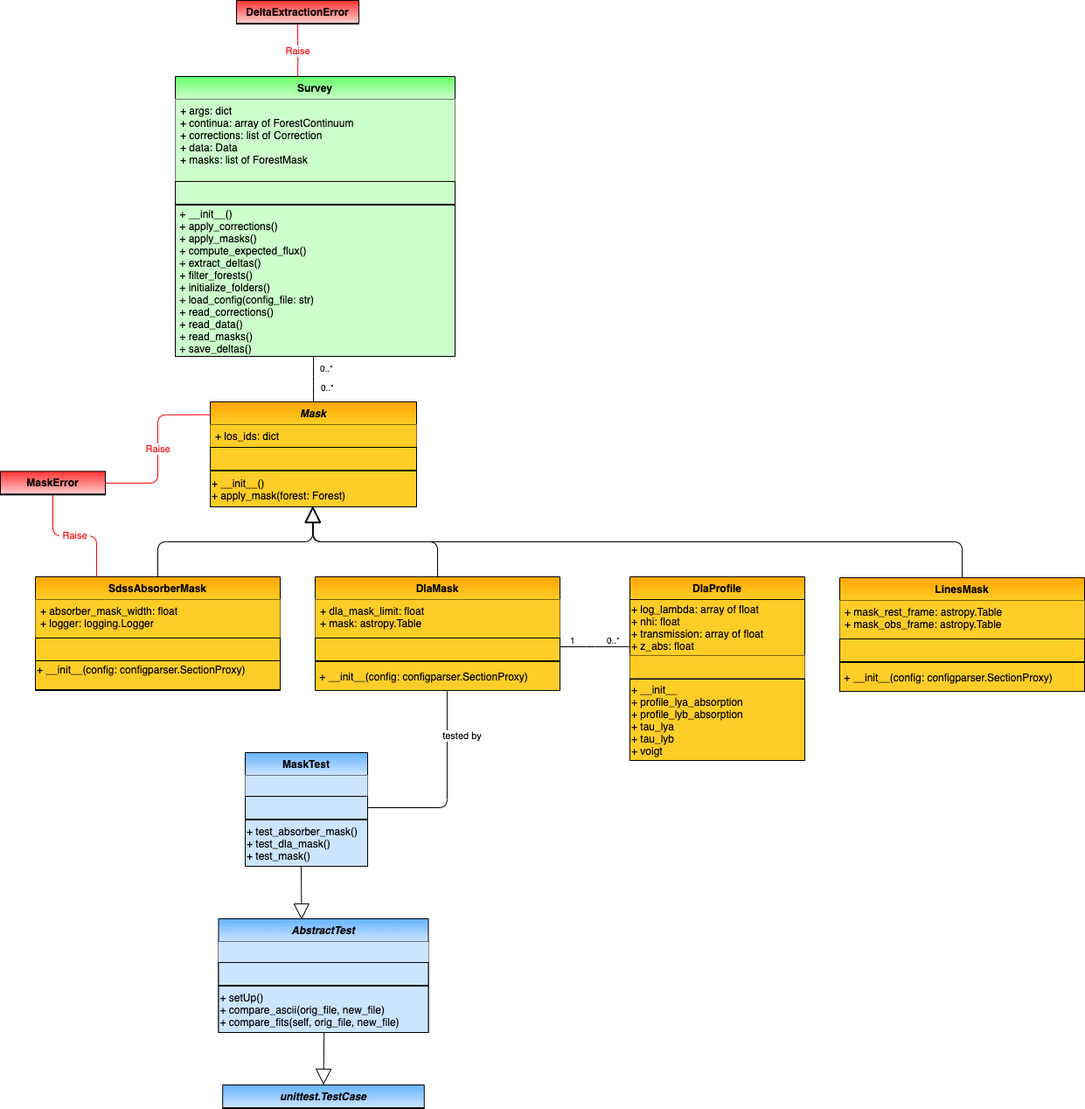
This is docs/delta_extraction/data_model/data_model-Mask.png from igmhub/picca, a draw.io export, as it was before one commit. Source tidied: cells renumbered, new cells last; positions are measured from the earlier drawing's top-left corner, leaving out a move shared by most shapes.
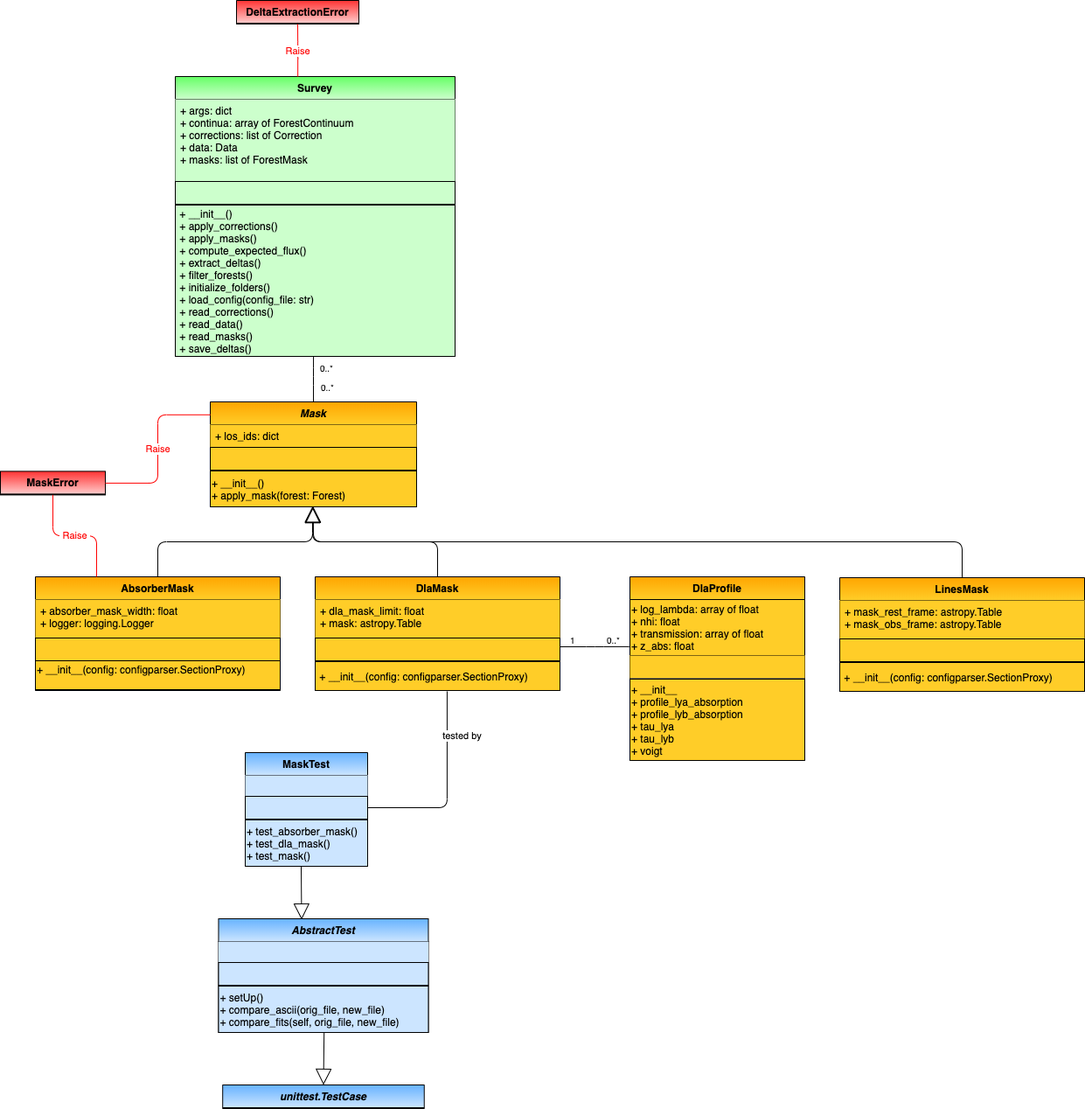
The same file after the commit.

Commit message:
modified sdss_absorber_mask to also work with linear binning

Diff of the diagram source:
```diff
@@ -81,7 +81,7 @@
     <mxCell id="21" value="+ __init__()&#10;+ apply_mask(forest: Forest)" style="text;strokeColor=#000000;fillColor=#ffcd28;align=left;verticalAlign=middle;overflow=hidden;points=[[0,0.5],[1,0.5]];portConstraint=eastwest;rounded=0;shadow=0;glass=0;comic=0;fontStyle=0;gradientColor=none;swimlaneFillColor=#ffffff;gradientDirection=north;startSize=26;" parent="17" vertex="1">
       <mxGeometry y="79" width="236" height="41" as="geometry" />
     </mxCell>
-    <mxCell id="22" value="SdssAbsorberMask" style="swimlane;fontStyle=1;horizontal=1;startSize=26;fillColor=#ffcd28;swimlaneFillColor=#ffffff;rounded=0;shadow=0;glass=0;comic=0;strokeColor=#000000;gradientColor=#ffa500;swimlaneLine=1;gradientDirection=north;" parent="1" vertex="1">
+    <mxCell id="22" value="AbsorberMask" style="swimlane;fontStyle=1;horizontal=1;startSize=26;fillColor=#ffcd28;swimlaneFillColor=#ffffff;rounded=0;shadow=0;glass=0;comic=0;strokeColor=#000000;gradientColor=#ffa500;swimlaneLine=1;gradientDirection=north;" parent="1" vertex="1">
       <mxGeometry x="40" y="659" width="280" height="130" as="geometry" />
     </mxCell>
     <mxCell id="23" value="+ absorber_mask_width: float&#10;+ logger: logging.Logger&#10;" style="text;strokeColor=none;fillColor=#ffcd28;align=left;verticalAlign=top;spacingLeft=4;spacingRight=4;overflow=hidden;gradientColor=none;" parent="22" vertex="1">
```
